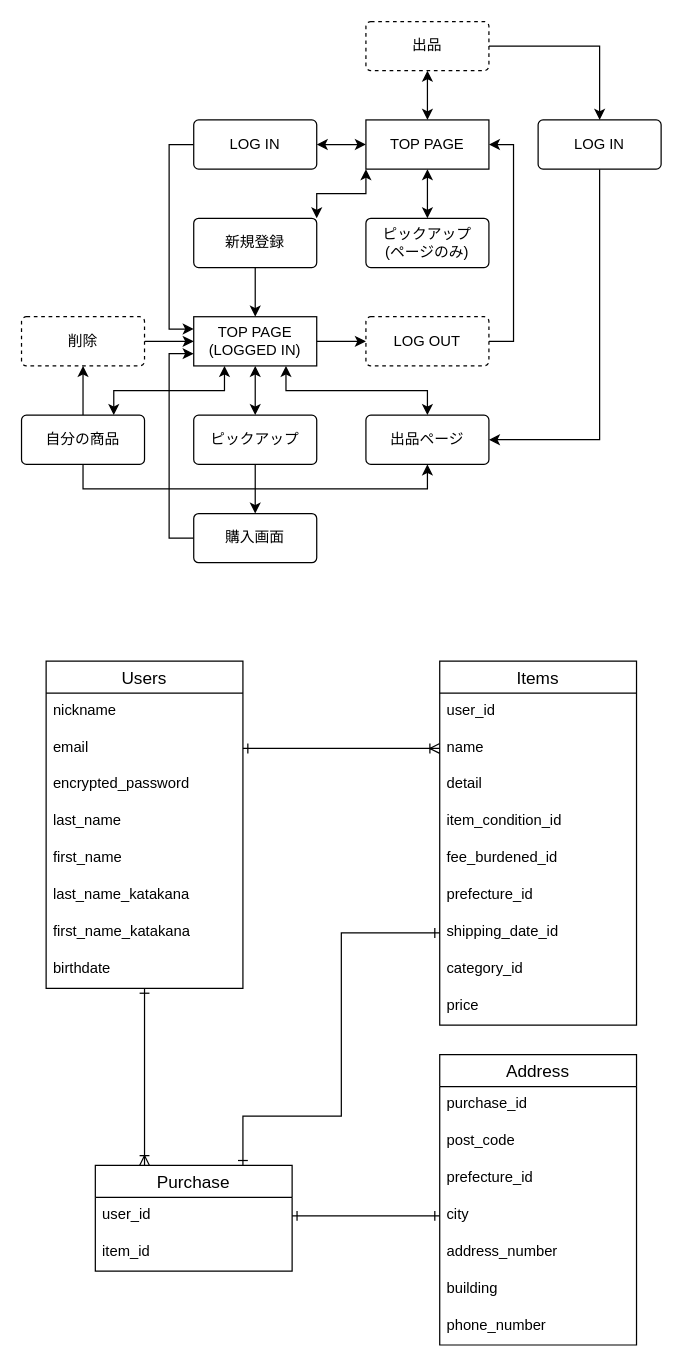
Earlier version of the draw.io diagram furima.dio (akitomoj/furima-29583). Source tidied: cells renumbered, new cells numbered last; positions are measured from the earlier drawing's top-left corner, leaving out a move shared by most shapes. Both pictures are drawn from the tidied source at 123%, with x=0, y=0 at pixel (21, 21).
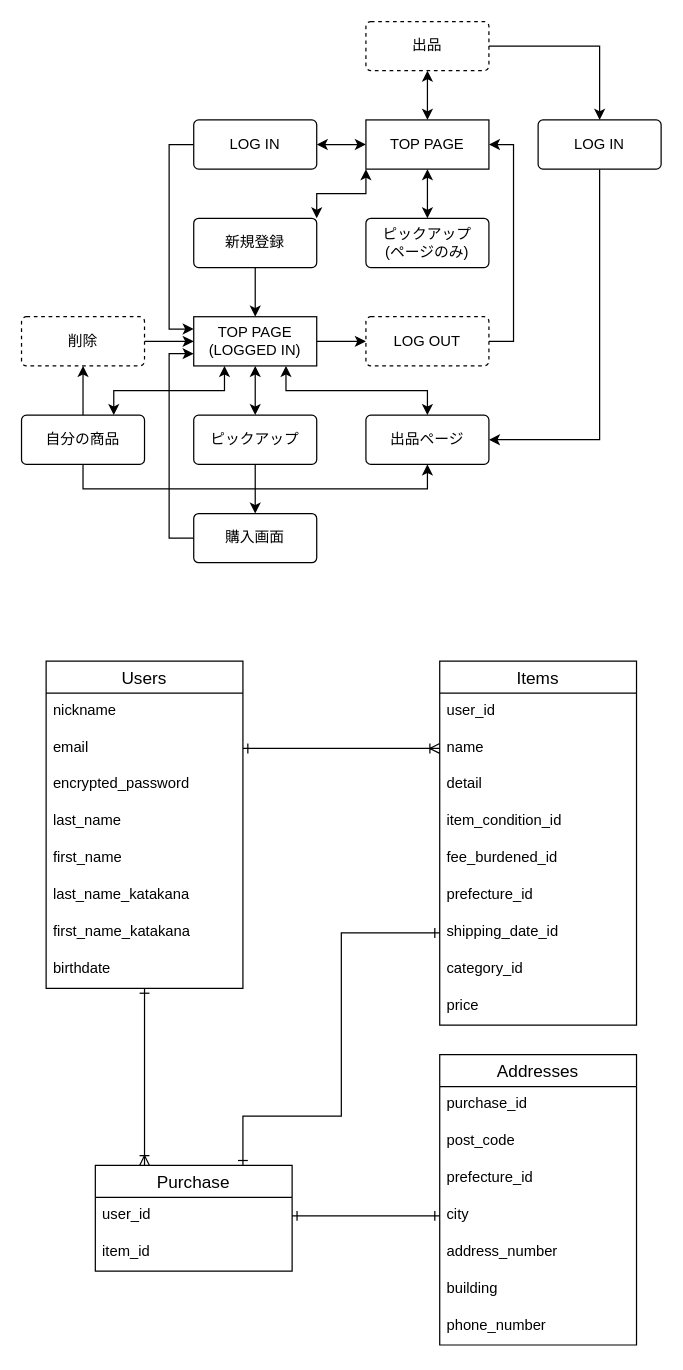
The same diagram, later.

Commit message (it also covers changes not shown here):
テーブル設計：readmeとER図−修正7

The edit, as a diff of the source:
```diff
@@
-    <mxCell id="53" value="Address" style="swimlane;fontStyle=0;horizontal=1;startSize=26;align=center;fontSize=14;" parent="1" vertex="1">
+    <mxCell id="53" value="Addresses" style="swimlane;fontStyle=0;horizontal=1;startSize=26;align=center;fontSize=14;" parent="1" vertex="1">
       <mxGeometry x="340" y="840" width="160" height="236" as="geometry" />
     </mxCell>
```
